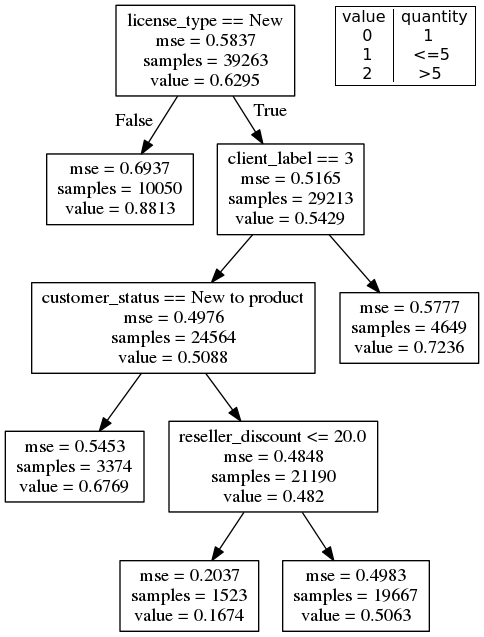
Before: tree.png, a diagram exported from Graphviz (Semionn/JB-wholesale-distribution-analysis). Its source is kept beside it as tree.dot.
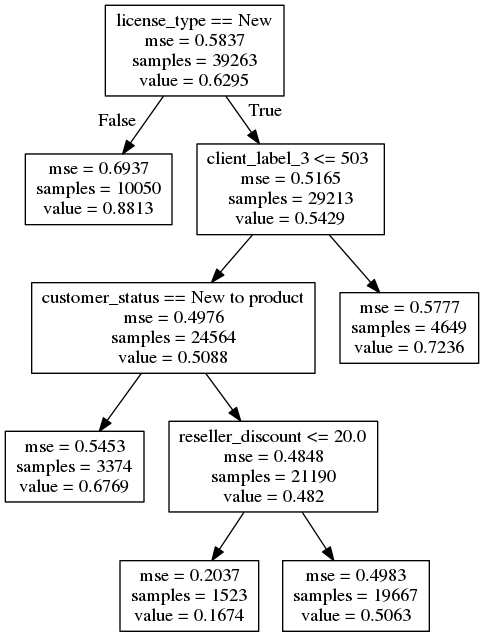
After the commit.

Commit message:
fix regression tree view

The edit, as a diff of the source:
```diff
@@ -3,7 +3,7 @@
 0 [label="license_type == New\nmse = 0.5837\nsamples = 39263\nvalue = 0.6295"] ;
 1 [label="mse = 0.6937\nsamples = 10050\nvalue = 0.8813"] ;
 0 -> 1 [labeldistance=2.5, labelangle=45, headlabel="False"] ;
-2 [label="client_label == 3\nmse = 0.5165\nsamples = 29213\nvalue = 0.5429"] ;
+2 [label="client_label_3 <= 503 \nmse = 0.5165\nsamples = 29213\nvalue = 0.5429"] ;
 0 -> 2 [labeldistance=2.5, labelangle=-45, headlabel="True"] ;
 4 [label="customer_status == New to product\nmse = 0.4976\nsamples = 24564\nvalue = 0.5088"] ;
 2 -> 4 ;
```
